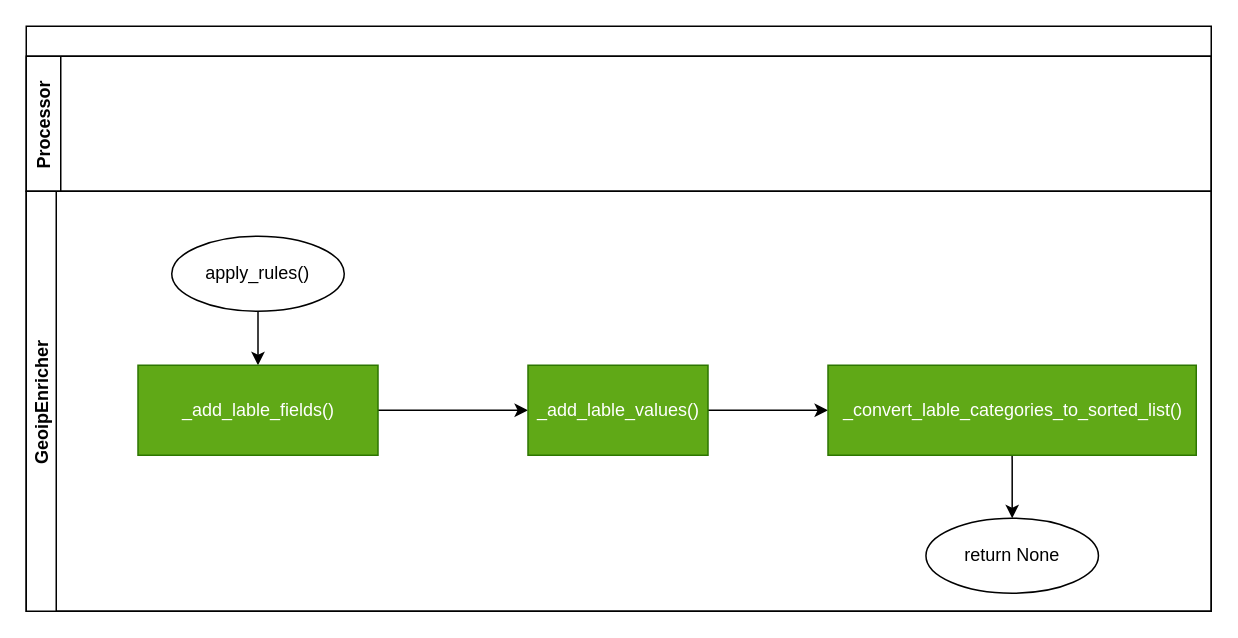
Earlier version of the draw.io diagram page "Labeler" (13 of 20) of doc/source/development/architecture/diagramms/process.drawio (fkie-cad/Logprep). Source tidied: cells renumbered, new cells numbered last; positions are measured from the earlier drawing's top-left corner, leaving out a move shared by most shapes. Both pictures are drawn from the tidied source at 150%, with x=0, y=0 at pixel (26, 26).
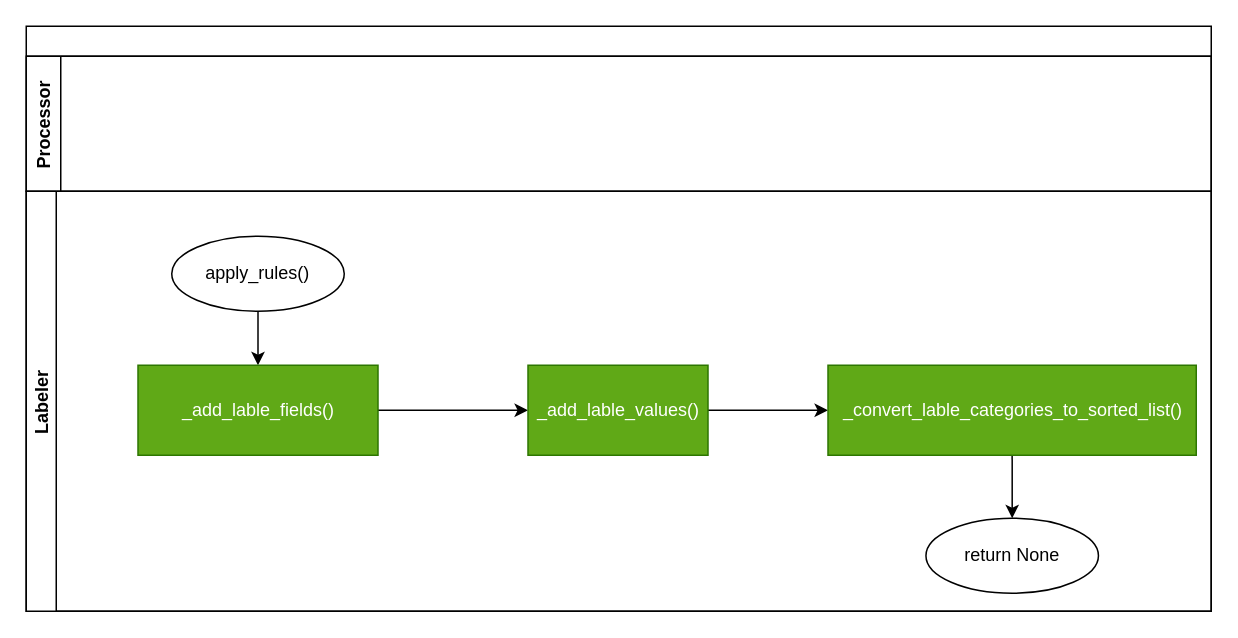
After the change.

What changed in the source:
```diff
@@
 <mxGraphModel>
   <root>
     <mxCell id="0" />
     <mxCell id="1" parent="0" />
     <mxCell id="2" style="swimlane;horizontal=1;startSize=20;" parent="1" vertex="1">
       <mxGeometry width="790" height="390" as="geometry" />
     </mxCell>
     <mxCell id="3" value="Processor" style="swimlane;horizontal=0;" parent="2" vertex="1">
       <mxGeometry y="20" width="790" height="90" as="geometry" />
     </mxCell>
-    <mxCell id="4" value="GeoipEnricher" style="swimlane;startSize=20;horizontal=0;" parent="2" vertex="1">
+    <mxCell id="4" value="Labeler" style="swimlane;startSize=20;horizontal=0;" parent="2" vertex="1">
       <mxGeometry y="110" width="790" height="280" as="geometry" />
     </mxCell>
     <mxCell id="5" style="edgeStyle=none;html=1;" parent="4" edge="1" source="6" target="9">
       <mxGeometry relative="1" as="geometry" />
     </mxCell>
     <mxCell id="6" value="apply_rules()" style="ellipse;whiteSpace=wrap;html=1;" parent="4" vertex="1">
       <mxGeometry x="97" y="30" width="115" height="50" as="geometry" />
     </mxCell>
     <mxCell id="7" value="return None" style="ellipse;whiteSpace=wrap;html=1;" parent="4" vertex="1">
       <mxGeometry x="599.8" y="218" width="115" height="50" as="geometry" />
     </mxCell>
     <mxCell id="8" style="edgeStyle=none;html=1;" parent="4" edge="1" source="9" target="11">
       <mxGeometry relative="1" as="geometry" />
     </mxCell>
     <mxCell id="9" value="_add_lable_fields()" style="rounded=0;whiteSpace=wrap;html=1;fillColor=#60a917;fontColor=#ffffff;strokeColor=#2D7600;" parent="4" vertex="1">
       <mxGeometry x="74.5" y="116" width="160" height="60" as="geometry" />
     </mxCell>
     <mxCell id="10" style="edgeStyle=none;html=1;" parent="4" edge="1" source="11" target="13">
       <mxGeometry relative="1" as="geometry" />
     </mxCell>
     <mxCell id="11" value="_add_lable_values()" style="whiteSpace=wrap;html=1;fillColor=#60a917;strokeColor=#2D7600;fontColor=#ffffff;rounded=0;" parent="4" vertex="1">
       <mxGeometry x="334.5" y="116" width="120" height="60" as="geometry" />
     </mxCell>
     <mxCell id="12" style="edgeStyle=none;html=1;" parent="4" edge="1" source="13" target="7">
       <mxGeometry relative="1" as="geometry" />
     </mxCell>
     <mxCell id="13" value="_convert_lable_categories_to_sorted_list()" style="whiteSpace=wrap;html=1;fillColor=#60a917;strokeColor=#2D7600;fontColor=#ffffff;rounded=0;" parent="4" vertex="1">
       <mxGeometry x="534.5" y="116" width="245.5" height="60" as="geometry" />
     </mxCell>
   </root>
 </mxGraphModel>
```
